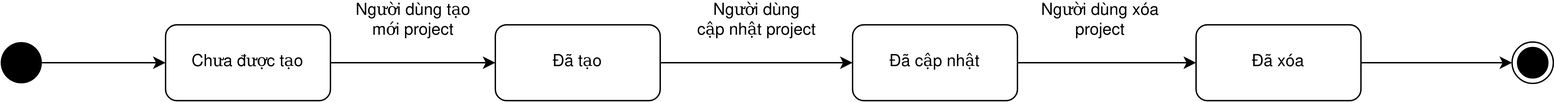
Merevoli-DatLuu/To-Do-App keeps this draw.io diagram as ToDoApp-Doc/Document/Diagram/State Machine Diagram/ManageProject/ManageProject.png. Above is the earlier version. Source tidied: cells renumbered, new cells last; positions are measured from the earlier drawing's top-left corner, leaving out a move shared by most shapes.
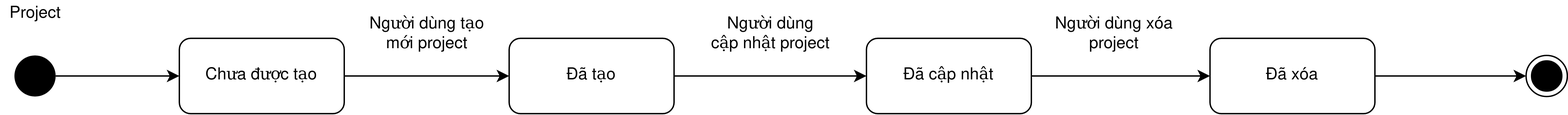
The same diagram one commit later.

Commit message:
[Document, Modified]: ManageProject.png StateDiagram

The edit, as a diff of the source:
```diff
@@ -44,5 +44,8 @@
     <mxCell id="15" style="ellipse;html=1;shape=endState;fillColor=#000000;strokeColor=#000000;" parent="1" vertex="1">
       <mxGeometry x="1100" y="30" width="30" height="30" as="geometry" />
     </mxCell>
+    <mxCell id="16" value="Project" style="text;html=1;align=center;verticalAlign=middle;" parent="1" vertex="1">
+      <mxGeometry x="-10" y="-10" width="50" height="20" as="geometry" />
+    </mxCell>
   </root>
 </mxGraphModel>
```
